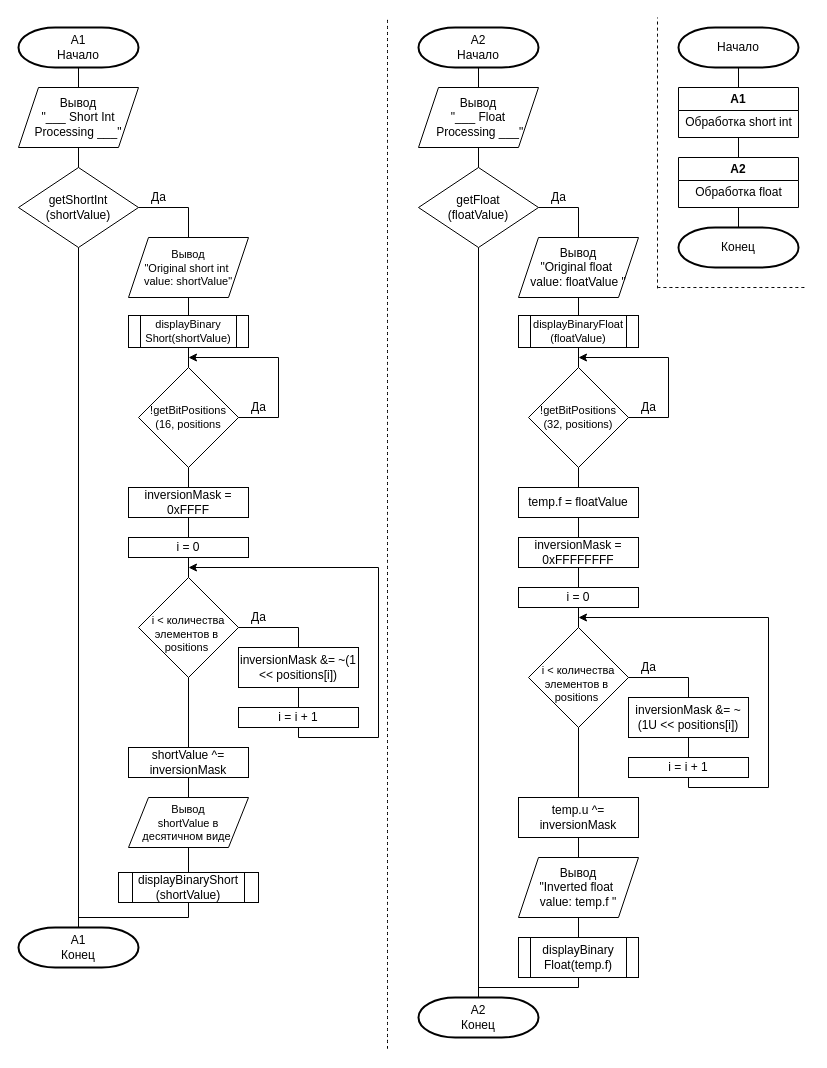
TrueTalentless/OrgOfCAndSSem3 keeps this draw.io diagram as page "Main" (1 of 4) of images/OrgOfC&S_Scheme.drawio. Above is the earlier version. Source tidied: cells renumbered, new cells numbered last; positions are measured from the earlier drawing's top-left corner, leaving out a move shared by most shapes. Both pictures are drawn from the tidied source at 100%, with x=0, y=0 at pixel (18, 17).
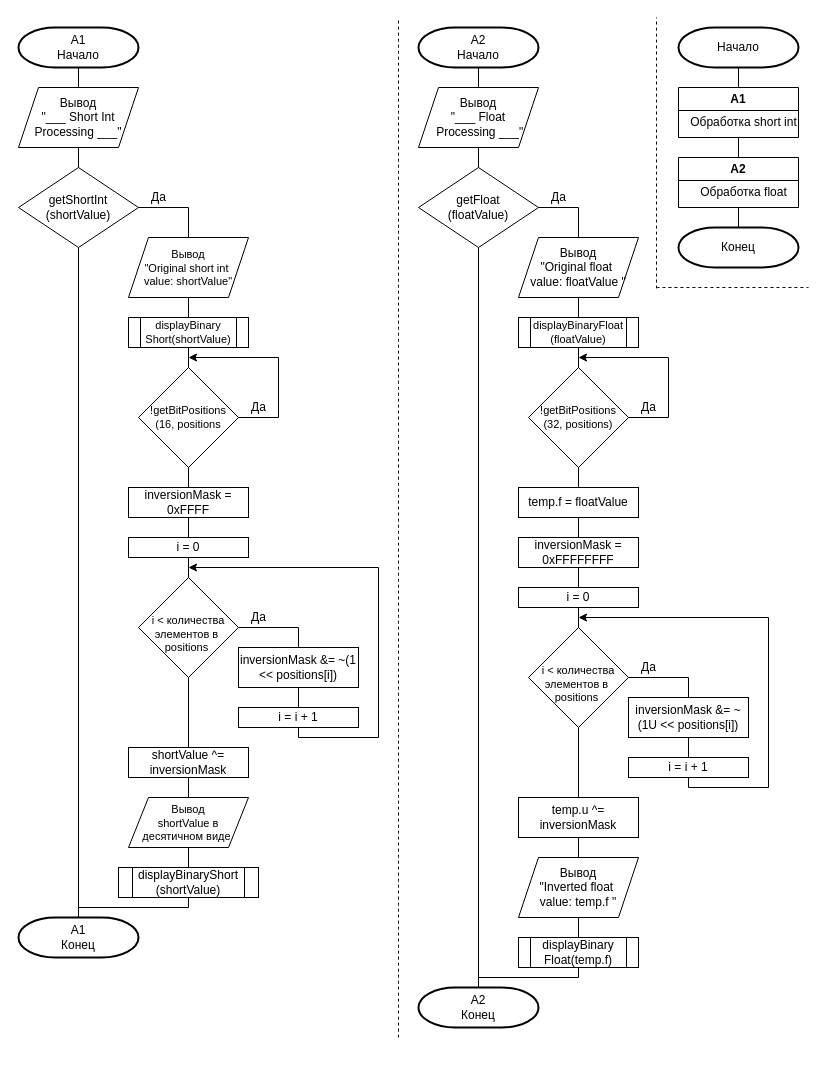
Above is the later version.

The change refers to these unchanged cells:
```xml
<mxCell id="36" value="А1" style="swimlane;whiteSpace=wrap;html=1;" parent="1" vertex="1">
  <mxGeometry x="660" y="70" width="120" height="50" as="geometry" />
</mxCell>
<mxCell id="38" value="А2" style="swimlane;whiteSpace=wrap;html=1;startSize=23;" parent="1" vertex="1">
  <mxGeometry x="660" y="140" width="120" height="50" as="geometry" />
</mxCell>
<mxCell id="51" value="&lt;div style=&quot;font-size: 11px;&quot;&gt;&lt;font style=&quot;font-size: 11px;&quot;&gt;!getBitPositions&lt;/font&gt;&lt;/div&gt;&lt;div style=&quot;font-size: 11px;&quot;&gt;&lt;font style=&quot;font-size: 11px;&quot;&gt;(32, positions)&lt;/font&gt;&lt;br&gt;&lt;/div&gt;" style="rhombus;whiteSpace=wrap;html=1;" parent="1" vertex="1">
  <mxGeometry x="510" y="350" width="100" height="100" as="geometry" />
</mxCell>
<mxCell id="57" value="temp.f = floatValue" style="rounded=0;whiteSpace=wrap;html=1;" parent="1" vertex="1">
  <mxGeometry x="500" y="470" width="120" height="30" as="geometry" />
</mxCell>
```

What changed in the source:
```diff
@@
     <mxCell id="9" value="displayBinary&lt;div style=&quot;font-size: 11px;&quot;&gt;Short(shortValue)&lt;/div&gt;" style="shape=process;whiteSpace=wrap;html=1;backgroundOutline=1;fontSize=11;" parent="1" vertex="1">
-      <mxGeometry x="110" y="298" width="120" height="32" as="geometry" />
+      <mxGeometry x="110" y="300" width="120" height="30" as="geometry" />
     </mxCell>
@@
     <mxCell id="31" value="displayBinaryShort&lt;div&gt;(shortValue)&lt;/div&gt;" style="shape=process;whiteSpace=wrap;html=1;backgroundOutline=1;" parent="1" vertex="1">
-      <mxGeometry x="100" y="855" width="140" height="30" as="geometry" />
+      <mxGeometry x="100" y="850" width="140" height="30" as="geometry" />
     </mxCell>
@@
     <mxCell id="35" style="endArrow=none;html=1;rounded=0;exitX=0.5;exitY=1;exitDx=0;exitDy=0;" parent="1" edge="1" source="31">
       <mxGeometry relative="1" as="geometry">
-        <mxPoint x="60" y="900" as="targetPoint" />
+        <mxPoint x="60" y="890" as="targetPoint" />
         <Array as="points">
-          <mxPoint x="170" y="900" />
+          <mxPoint x="170" y="890" />
         </Array>
       </mxGeometry>
     </mxCell>
@@
     <mxCell id="37" value="Обработка&amp;nbsp;short int" style="text;html=1;align=center;verticalAlign=middle;strokeColor=none;fillColor=none;" parent="36" vertex="1">
-      <mxGeometry x="-5" y="20" width="130" height="30" as="geometry" />
+      <mxGeometry y="20" width="130" height="30" as="geometry" />
     </mxCell>
@@
     <mxCell id="39" value="Обработка&amp;nbsp;float" style="text;html=1;align=center;verticalAlign=middle;strokeColor=none;fillColor=none;" parent="38" vertex="1">
-      <mxGeometry x="5" y="20" width="110" height="30" as="geometry" />
+      <mxGeometry x="10" y="20" width="110" height="30" as="geometry" />
     </mxCell>
@@
     <mxCell id="49" value="displayBinaryFloat&lt;div style=&quot;font-size: 11px;&quot;&gt;(floatValue)&lt;/div&gt;" style="shape=process;whiteSpace=wrap;html=1;backgroundOutline=1;fontSize=11;" parent="1" vertex="1">
-      <mxGeometry x="500" y="298" width="120" height="32" as="geometry" />
+      <mxGeometry x="500" y="300" width="120" height="30" as="geometry" />
     </mxCell>
@@
-    <mxCell id="55" style="endArrow=none;html=1;rounded=0;exitX=0.5;exitY=1;exitDx=0;exitDy=0;entryX=0.5;entryY=0;entryDx=0;entryDy=0;" parent="1" edge="1" source="51">
-      <mxGeometry relative="1" as="geometry">
-        <mxPoint x="560" y="492" as="targetPoint" />
-      </mxGeometry>
+    <mxCell id="55" style="endArrow=none;html=1;rounded=0;exitX=0.5;exitY=1;exitDx=0;exitDy=0;entryX=0.5;entryY=0;entryDx=0;entryDy=0;" parent="1" edge="1" source="51" target="57">
+      <mxGeometry relative="1" as="geometry" />
     </mxCell>
@@
     <mxCell id="73" value="displayBinary&lt;div&gt;Float(temp.f)&lt;/div&gt;" style="shape=process;whiteSpace=wrap;html=1;backgroundOutline=1;" parent="1" vertex="1">
-      <mxGeometry x="500" y="920" width="120" height="40" as="geometry" />
+      <mxGeometry x="500" y="920" width="120" height="30" as="geometry" />
     </mxCell>
@@
     <mxCell id="76" style="endArrow=none;html=1;rounded=0;exitX=0.5;exitY=1;exitDx=0;exitDy=0;" parent="1" edge="1" source="73">
       <mxGeometry relative="1" as="geometry">
-        <mxPoint x="460" y="970" as="targetPoint" />
+        <mxPoint x="460" y="960" as="targetPoint" />
         <Array as="points">
-          <mxPoint x="560" y="970" />
+          <mxPoint x="560" y="960" />
         </Array>
       </mxGeometry>
     </mxCell>
@@
     <mxCell id="80" value="A1&lt;div&gt;Конец&lt;/div&gt;" style="strokeWidth=2;html=1;shape=mxgraph.flowchart.terminator;whiteSpace=wrap;" parent="1" vertex="1">
-      <mxGeometry y="910" width="120" height="40" as="geometry" />
+      <mxGeometry y="900" width="120" height="40" as="geometry" />
     </mxCell>
@@
     <mxCell id="82" value="A2&lt;div&gt;Конец&lt;/div&gt;" style="strokeWidth=2;html=1;shape=mxgraph.flowchart.terminator;whiteSpace=wrap;" parent="1" vertex="1">
-      <mxGeometry x="400" y="980" width="120" height="40" as="geometry" />
+      <mxGeometry x="400" y="970" width="120" height="40" as="geometry" />
     </mxCell>
     <mxCell id="83" style="endArrow=none;dashed=1;html=1;rounded=0;fontSize=12;startSize=8;endSize=8;curved=1;" parent="1" edge="1">
       <mxGeometry relative="1" as="geometry">
-        <mxPoint x="369" y="1031.3" as="sourcePoint" />
-        <mxPoint x="369" as="targetPoint" />
+        <mxPoint x="380" y="1020" as="sourcePoint" />
+        <mxPoint x="380" as="targetPoint" />
       </mxGeometry>
     </mxCell>
     <mxCell id="84" style="endArrow=none;dashed=1;html=1;rounded=0;fontSize=12;startSize=8;endSize=8;curved=1;" parent="1" edge="1">
       <mxGeometry relative="1" as="geometry">
-        <mxPoint x="639" y="270.9" as="sourcePoint" />
-        <mxPoint x="639" as="targetPoint" />
+        <mxPoint x="638" y="270.9" as="sourcePoint" />
+        <mxPoint x="638" as="targetPoint" />
       </mxGeometry>
     </mxCell>
     <mxCell id="85" style="endArrow=none;dashed=1;html=1;rounded=0;fontSize=12;startSize=8;endSize=8;curved=1;" parent="1" edge="1">
       <mxGeometry relative="1" as="geometry">
-        <mxPoint x="639" y="270" as="sourcePoint" />
-        <mxPoint x="789" y="270" as="targetPoint" />
+        <mxPoint x="638" y="270" as="sourcePoint" />
+        <mxPoint x="790" y="270" as="targetPoint" />
       </mxGeometry>
     </mxCell>
```
